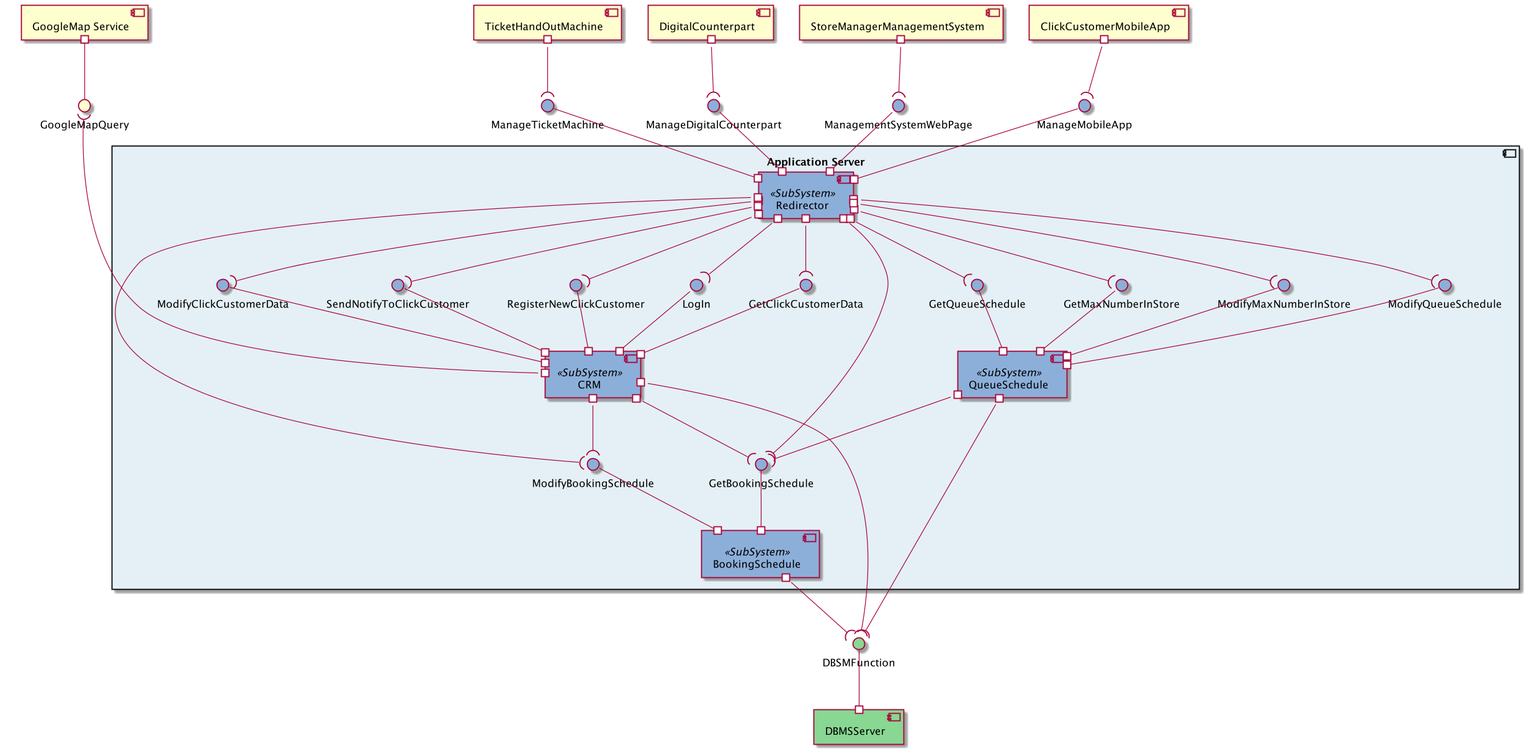
ZHANG-Y-D/RASD-DD-CLup-CustomersLineup keeps this PlantUML diagram as DD/Images/component_diagram.png. Above is the earlier version.
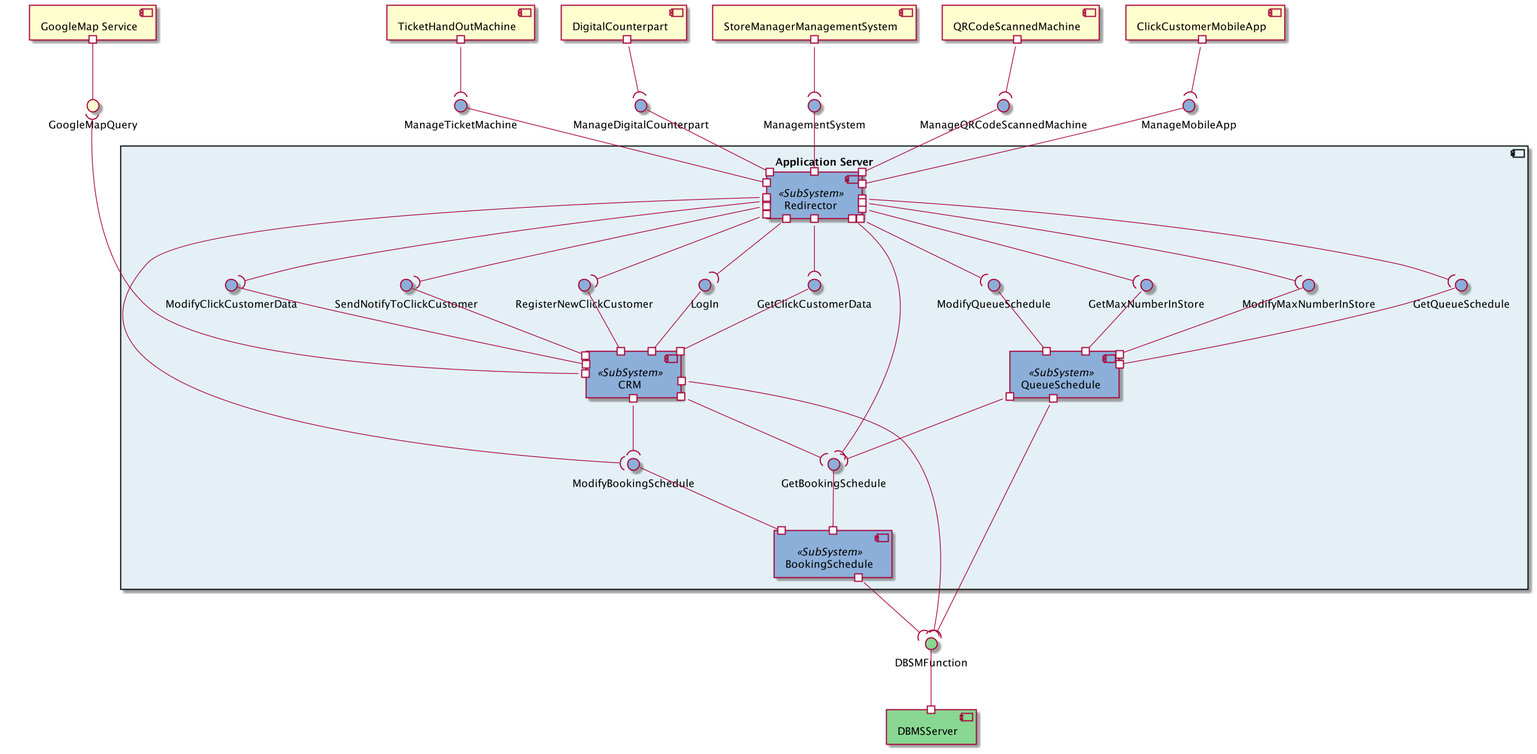
After the commit.

What changed in the source:
```diff
@@ -6,8 +6,7 @@
 [StoreManagerManagementSystem] as SM
 [DigitalCounterpart] as DC
 [TicketHandOutMachine] as TM
-
-
+[QRCodeScannedMachine] as QR
 
 component "Application Server" as AS  #E4F0F6 {
     [BookingSchedule] as BS <<SubSystem>> #8CAFD9
@@ -24,8 +23,9 @@
     interface GetBookingSchedule #8CAFD9
     interface ModifyBookingSchedule #8CAFD9
 
+
+    interface GetQueueSchedule #8CAFD9
     interface ModifyQueueSchedule #8CAFD9
-    interface GetQueueSchedule #8CAFD9
     interface GetMaxNumberInStore #8CAFD9
     interface ModifyMaxNumberInStore #8CAFD9
 
@@ -67,17 +67,20 @@
 interface ManageMobileApp #8CAFD9
 interface ManageTicketMachine #8CAFD9
 interface ManageDigitalCounterpart #8CAFD9
-interface ManagementSystemWebPage #8CAFD9
+interface ManagementSystem #8CAFD9
+interface ManageQRCodeScannedMachine #8CAFD9
 
 ManageMobileApp --# RD
 ManageTicketMachine --# RD
 ManageDigitalCounterpart --# RD
-ManagementSystemWebPage --# RD
+ManagementSystem --# RD
+ManageQRCodeScannedMachine --# RD
 
 CC #--( ManageMobileApp
-SM #--( ManagementSystemWebPage
+SM #--( ManagementSystem
 DC #--( ManageDigitalCounterpart
 TM #--( ManageTicketMachine
+QR #--( ManageQRCodeScannedMachine
 
 [DBMSServer] as DBMS #88D792
 interface DBSMFunction #88D792
```
